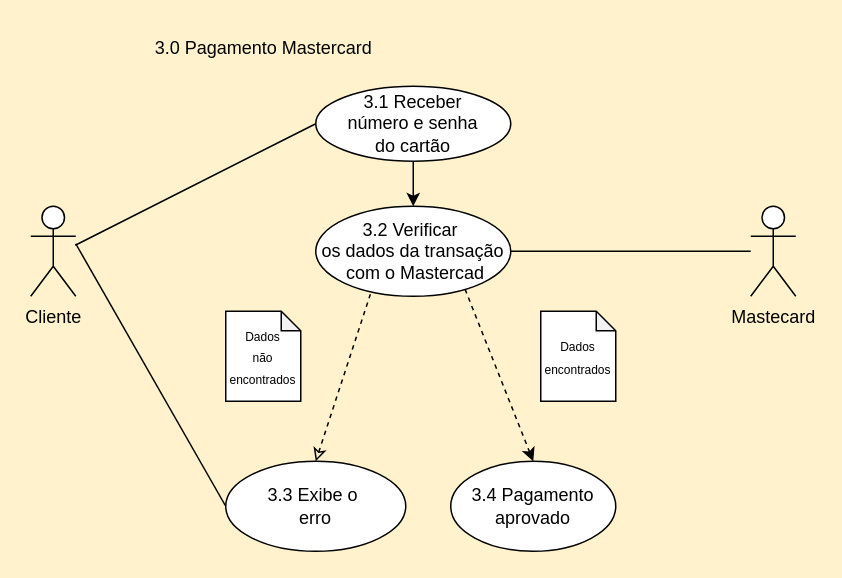
This is page "Página-1" (1 of 2) of Diagrama sem nome.drawio from ZardsMK/DrawIO, a draw.io file, before an edit. Source tidied: cells renumbered, new cells numbered last; positions are measured from the earlier drawing's top-left corner, leaving out a move shared by most shapes. Both pictures are drawn from the tidied source at 150%, with x=0, y=0 at pixel (30, 26).
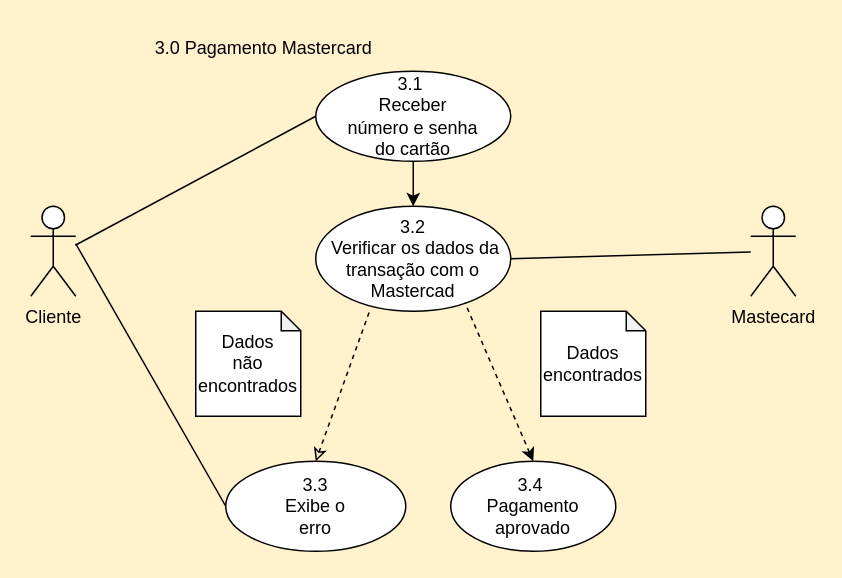
The same page after the edit.

Diff of the diagram source:
```diff
@@
 <mxGraphModel background="#FFF2CC">
   <root>
     <mxCell id="0" />
     <mxCell id="1" parent="0" />
     <mxCell id="2" style="endArrow=none;html=1;rounded=1;startArrow=none;startFill=0;endFill=1;entryX=0;entryY=0.5;entryDx=0;entryDy=0;" parent="1" edge="1" target="4">
       <mxGeometry relative="1" as="geometry">
         <mxPoint x="29.7" y="146" as="sourcePoint" />
       </mxGeometry>
     </mxCell>
     <mxCell id="3" style="endArrow=none;html=1;rounded=1;entryX=0;entryY=0.5;entryDx=0;entryDy=0;" parent="1" edge="1" target="8">
       <mxGeometry relative="1" as="geometry">
         <mxPoint x="30" y="145" as="sourcePoint" />
       </mxGeometry>
     </mxCell>
-    <mxCell id="4" value="3.1 Receber&lt;div&gt;número e senha&lt;/div&gt;&lt;div&gt;do cartão&lt;/div&gt;" style="ellipse;whiteSpace=wrap;html=1;rounded=1;" parent="1" vertex="1">
-      <mxGeometry x="190" y="40" width="130" height="50" as="geometry" />
+    <mxCell id="4" value="3.1&amp;nbsp;&lt;div&gt;Receber&lt;div&gt;número e senha&lt;/div&gt;&lt;div&gt;do cartão&lt;/div&gt;&lt;/div&gt;" style="ellipse;whiteSpace=wrap;html=1;rounded=1;" parent="1" vertex="1">
+      <mxGeometry x="190" y="30" width="130" height="60" as="geometry" />
     </mxCell>
-    <mxCell id="5" value="3.2 Verificar&amp;nbsp;&lt;div&gt;os&amp;nbsp;&lt;span style=&quot;background-color: transparent; color: light-dark(rgb(0, 0, 0), rgb(255, 255, 255));&quot;&gt;dados&amp;nbsp;&lt;/span&gt;&lt;span style=&quot;background-color: transparent; color: light-dark(rgb(0, 0, 0), rgb(255, 255, 255));&quot;&gt;da transação&lt;/span&gt;&lt;/div&gt;&lt;div&gt;&lt;span style=&quot;background-color: transparent; color: light-dark(rgb(0, 0, 0), rgb(255, 255, 255));&quot;&gt;&amp;nbsp;&lt;/span&gt;&lt;span style=&quot;background-color: transparent; color: light-dark(rgb(0, 0, 0), rgb(255, 255, 255));&quot;&gt;com o Mastercad&lt;/span&gt;&lt;/div&gt;" style="ellipse;whiteSpace=wrap;html=1;rounded=1;" parent="1" vertex="1">
-      <mxGeometry x="190" y="120" width="130" height="60" as="geometry" />
+    <mxCell id="5" value="3.2&lt;div&gt;&amp;nbsp;Verificar&amp;nbsp;&lt;span style=&quot;background-color: transparent; color: light-dark(rgb(0, 0, 0), rgb(255, 255, 255));&quot;&gt;os&amp;nbsp;&lt;/span&gt;&lt;span style=&quot;background-color: transparent; color: light-dark(rgb(0, 0, 0), rgb(255, 255, 255));&quot;&gt;dados&amp;nbsp;&lt;/span&gt;&lt;span style=&quot;background-color: transparent; color: light-dark(rgb(0, 0, 0), rgb(255, 255, 255));&quot;&gt;da transação&amp;nbsp;&lt;/span&gt;&lt;span style=&quot;background-color: transparent; color: light-dark(rgb(0, 0, 0), rgb(255, 255, 255));&quot;&gt;com o Mastercad&lt;/span&gt;&lt;/div&gt;" style="ellipse;whiteSpace=wrap;html=1;rounded=1;" parent="1" vertex="1">
+      <mxGeometry x="190" y="120" width="130" height="70" as="geometry" />
     </mxCell>
     <mxCell id="6" style="endArrow=classic;html=1;rounded=1;exitX=0.5;exitY=1;exitDx=0;exitDy=0;entryX=0.5;entryY=0;entryDx=0;entryDy=0;endFill=1;" parent="1" edge="1" source="4" target="5">
       <mxGeometry relative="1" as="geometry" />
     </mxCell>
-    <mxCell id="7" value="3.4 Pagamento&lt;div&gt;aprovado&lt;/div&gt;" style="ellipse;whiteSpace=wrap;html=1;rounded=1;" parent="1" vertex="1">
+    <mxCell id="7" value="3.4&amp;nbsp;&lt;div&gt;Pagamento&lt;div&gt;aprovado&lt;/div&gt;&lt;/div&gt;" style="ellipse;whiteSpace=wrap;html=1;rounded=1;" parent="1" vertex="1">
       <mxGeometry x="280" y="290" width="110" height="60" as="geometry" />
     </mxCell>
-    <mxCell id="8" value="3.3 Exibe&amp;nbsp;&lt;span style=&quot;background-color: transparent; color: light-dark(rgb(0, 0, 0), rgb(255, 255, 255));&quot;&gt;o&amp;nbsp;&lt;/span&gt;&lt;div&gt;erro&lt;/div&gt;" style="ellipse;whiteSpace=wrap;html=1;rounded=1;" parent="1" vertex="1">
+    <mxCell id="8" value="3.3&lt;div&gt;&amp;nbsp;Exibe&amp;nbsp;&lt;span style=&quot;background-color: transparent; color: light-dark(rgb(0, 0, 0), rgb(255, 255, 255));&quot;&gt;o&amp;nbsp;&lt;/span&gt;&lt;div&gt;erro&lt;/div&gt;&lt;/div&gt;" style="ellipse;whiteSpace=wrap;html=1;rounded=1;" parent="1" vertex="1">
       <mxGeometry x="130" y="290" width="120" height="60" as="geometry" />
     </mxCell>
-    <mxCell id="9" value="&lt;span style=&quot;font-size: 8px;&quot;&gt;Dados&lt;/span&gt;&lt;div&gt;&lt;span style=&quot;font-size: 8px;&quot;&gt;encontrados&lt;/span&gt;&lt;/div&gt;" style="shape=note;whiteSpace=wrap;html=1;backgroundOutline=1;darkOpacity=0.05;size=13;rounded=1;" parent="1" vertex="1">
-      <mxGeometry x="340" y="190" width="50" height="60" as="geometry" />
+    <mxCell id="9" value="&lt;font&gt;Dados&lt;/font&gt;&lt;div&gt;&lt;font&gt;encontrados&lt;/font&gt;&lt;/div&gt;" style="shape=note;whiteSpace=wrap;html=1;backgroundOutline=1;darkOpacity=0.05;size=13;rounded=1;" parent="1" vertex="1">
+      <mxGeometry x="340" y="190" width="70" height="70" as="geometry" />
     </mxCell>
-    <mxCell id="10" value="&lt;font style=&quot;font-size: 8px;&quot;&gt;Dados&lt;/font&gt;&lt;div&gt;&lt;font style=&quot;font-size: 8px;&quot;&gt;não&lt;/font&gt;&lt;/div&gt;&lt;div&gt;&lt;font style=&quot;font-size: 8px;&quot;&gt;encontrados&lt;/font&gt;&lt;/div&gt;" style="shape=note;whiteSpace=wrap;html=1;backgroundOutline=1;darkOpacity=0.05;size=13;rounded=1;" parent="1" vertex="1">
-      <mxGeometry x="130" y="190" width="50" height="60" as="geometry" />
+    <mxCell id="10" value="&lt;font&gt;Dados&lt;/font&gt;&lt;div&gt;&lt;font&gt;não&lt;/font&gt;&lt;/div&gt;&lt;div&gt;&lt;font&gt;encontrados&lt;/font&gt;&lt;/div&gt;" style="shape=note;whiteSpace=wrap;html=1;backgroundOutline=1;darkOpacity=0.05;size=13;rounded=1;" parent="1" vertex="1">
+      <mxGeometry x="110" y="190" width="70" height="70" as="geometry" />
     </mxCell>
     <mxCell id="11" style="endArrow=none;dashed=1;html=1;rounded=1;exitX=0.5;exitY=0;exitDx=0;exitDy=0;entryX=0.28;entryY=0.978;entryDx=0;entryDy=0;entryPerimeter=0;endFill=1;startArrow=classic;startFill=0;" parent="1" edge="1" source="8" target="5">
       <mxGeometry relative="1" as="geometry" />
     </mxCell>
     <mxCell id="12" style="endArrow=none;dashed=1;html=1;rounded=1;exitX=0.5;exitY=0;exitDx=0;exitDy=0;entryX=0.765;entryY=0.918;entryDx=0;entryDy=0;entryPerimeter=0;startArrow=classic;startFill=1;" parent="1" edge="1" source="7" target="5">
       <mxGeometry relative="1" as="geometry" />
     </mxCell>
     <mxCell id="13" value="Cliente" style="shape=umlActor;verticalLabelPosition=bottom;verticalAlign=top;html=1;rounded=1;" parent="1" vertex="1">
       <mxGeometry y="120" width="30" height="60" as="geometry" />
     </mxCell>
     <mxCell id="14" value="Mastecard" style="shape=umlActor;verticalLabelPosition=bottom;verticalAlign=top;html=1;outlineConnect=0;rounded=1;" parent="1" vertex="1">
       <mxGeometry x="480" y="120" width="30" height="60" as="geometry" />
     </mxCell>
     <mxCell id="15" style="endArrow=none;html=1;rounded=1;exitX=1;exitY=0.5;exitDx=0;exitDy=0;" parent="1" edge="1" source="5" target="14">
       <mxGeometry relative="1" as="geometry" />
     </mxCell>
     <mxCell id="16" value="3.0 Pagamento Mastercard" style="text;html=1;align=center;verticalAlign=middle;strokeColor=none;fillColor=none;rounded=1;" parent="1" vertex="1">
       <mxGeometry x="70" width="170" height="30" as="geometry" />
     </mxCell>
   </root>
 </mxGraphModel>
```
